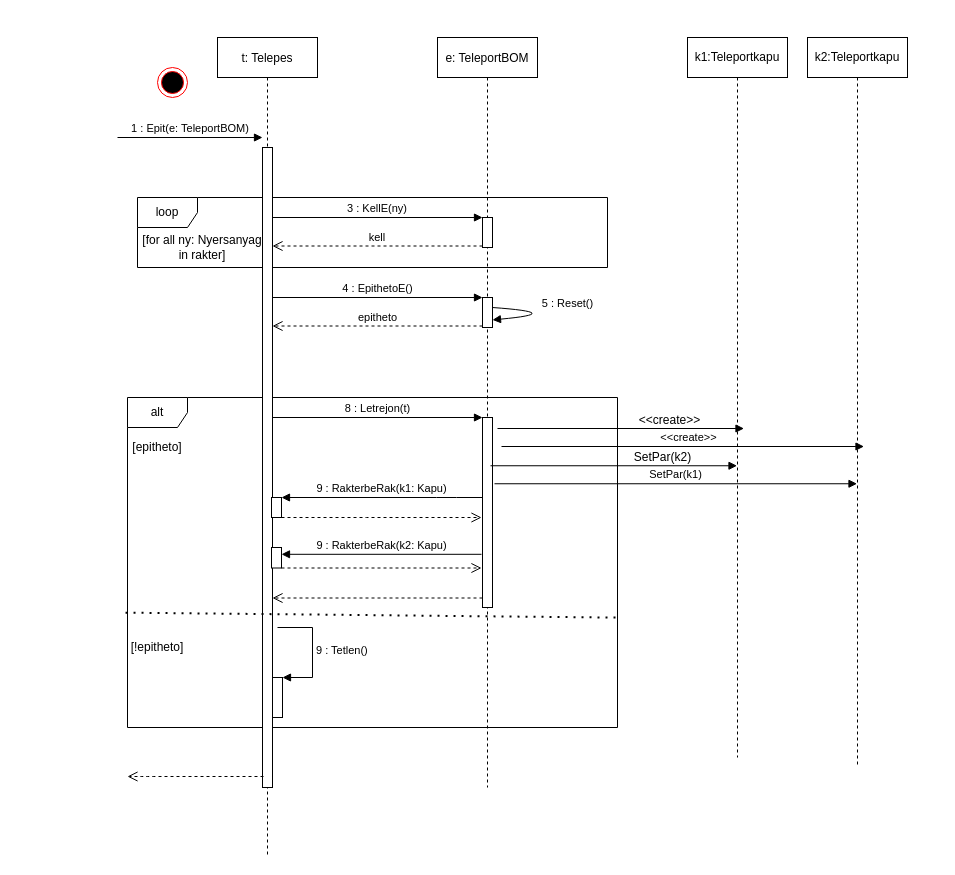
This is page "Page-2" (1 of 2) of doc/uml/szekvencia_teleportEpit.drawio from torpeBoiGo/aszteroidabanyaszat, a draw.io file, before an edit. Source tidied: cells renumbered, new cells numbered last; positions are measured from the earlier drawing's top-left corner, leaving out a move shared by most shapes. Both pictures are drawn from the tidied source at 100%, with x=0, y=0 at pixel (117, 37).
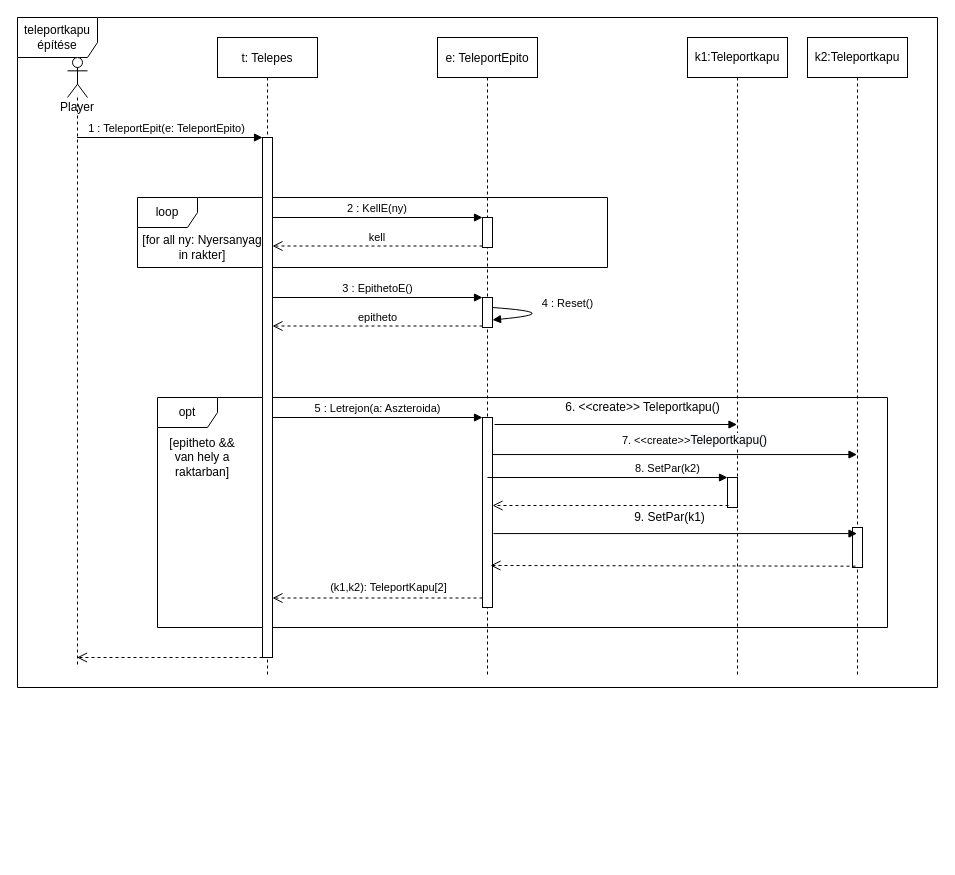
The same page after the edit.

The change refers to these unchanged cells:
```xml
<mxCell id="13" style="html=1;points=[];perimeter=orthogonalPerimeter;" parent="12" vertex="1">
  <mxGeometry x="45" y="260" width="10" height="30" as="geometry" />
</mxCell>
<mxCell id="14" style="points=[];perimeter=orthogonalPerimeter;rounded=0;shadow=0;strokeWidth=1;" parent="12" vertex="1">
  <mxGeometry x="45" y="180" width="10" height="30" as="geometry" />
</mxCell>
<mxCell id="15" style="html=1;points=[];perimeter=orthogonalPerimeter;" parent="12" vertex="1">
  <mxGeometry x="45" y="380" width="10" height="190" as="geometry" />
</mxCell>
<mxCell id="26" style="html=1;verticalAlign=bottom;endArrow=open;dashed=1;endSize=8;exitX=0;exitY=0.95;" parent="1" edge="1" source="15" target="6">
  <mxGeometry relative="1" as="geometry" />
</mxCell>
```

What changed in the source:
```diff
@@
+    <mxCell id="40" value="teleportkapu építése" style="shape=umlFrame;whiteSpace=wrap;html=1;width=80;height=40;" parent="1" vertex="1">
+      <mxGeometry x="-100" y="-20" width="920" height="670" as="geometry" />
+    </mxCell>
-    <mxCell id="2" value="alt" style="shape=umlFrame;whiteSpace=wrap;html=1;" parent="1" vertex="1">
-      <mxGeometry x="10" y="360" width="490" height="330" as="geometry" />
+    <mxCell id="2" value="opt" style="shape=umlFrame;whiteSpace=wrap;html=1;" parent="1" vertex="1">
+      <mxGeometry x="40" y="360" width="730" height="230" as="geometry" />
     </mxCell>
-    <mxCell id="3" value="4 : EpithetoE()" style="html=1;verticalAlign=bottom;endArrow=block;entryX=0;entryY=0;" parent="1" edge="1" source="6" target="13">
+    <mxCell id="3" value="3 : EpithetoE()" style="html=1;verticalAlign=bottom;endArrow=block;entryX=0;entryY=0;" parent="1" edge="1" source="6" target="13">
       <mxGeometry relative="1" as="geometry" />
     </mxCell>
@@
     <mxCell id="5" value="t: Telepes" style="shape=umlLifeline;perimeter=lifelinePerimeter;rounded=0;shadow=0;strokeWidth=1;" parent="1" vertex="1">
-      <mxGeometry x="100" width="100" height="820" as="geometry" />
+      <mxGeometry x="100" width="100" height="640" as="geometry" />
     </mxCell>
     <mxCell id="6" style="html=1;points=[];perimeter=orthogonalPerimeter;" parent="5" vertex="1">
-      <mxGeometry x="45" y="110" width="10" height="640" as="geometry" />
+      <mxGeometry x="45" y="100" width="10" height="520" as="geometry" />
     </mxCell>
-    <mxCell id="7" style="html=1;points=[];perimeter=orthogonalPerimeter;" parent="5" vertex="1">
-      <mxGeometry x="55" y="640" width="10" height="40" as="geometry" />
-    </mxCell>
-    <mxCell id="8" value="9 : Tetlen()" style="edgeStyle=orthogonalEdgeStyle;html=1;align=left;spacingLeft=2;endArrow=block;rounded=0;entryX=1;entryY=0;" parent="5" edge="1" target="7">
-      <mxGeometry relative="1" as="geometry">
-        <mxPoint x="60" y="590" as="sourcePoint" />
-        <Array as="points">
-          <mxPoint x="95" y="590" />
-          <mxPoint x="95" y="640" />
-        </Array>
-      </mxGeometry>
-    </mxCell>
-    <mxCell id="9" style="html=1;points=[];perimeter=orthogonalPerimeter;" parent="5" vertex="1">
-      <mxGeometry x="54" y="510" width="10" height="20.5" as="geometry" />
-    </mxCell>
-    <mxCell id="10" style="html=1;points=[];perimeter=orthogonalPerimeter;" parent="5" vertex="1">
-      <mxGeometry x="54" y="460" width="10" height="20" as="geometry" />
-    </mxCell>
-    <mxCell id="11" style="html=1;verticalAlign=bottom;endArrow=open;dashed=1;endSize=8;" parent="5" edge="1" source="10">
-      <mxGeometry relative="1" as="geometry">
-        <mxPoint x="264" y="480" as="targetPoint" />
-        <Array as="points">
-          <mxPoint x="139" y="480" />
-        </Array>
-      </mxGeometry>
-    </mxCell>
-    <mxCell id="12" value="e: TeleportBOM" style="shape=umlLifeline;perimeter=lifelinePerimeter;rounded=0;shadow=0;strokeWidth=1;" parent="1" vertex="1">
-      <mxGeometry x="320" width="100" height="750" as="geometry" />
+    <mxCell id="12" value="e: TeleportEpito" style="shape=umlLifeline;perimeter=lifelinePerimeter;rounded=0;shadow=0;strokeWidth=1;" parent="1" vertex="1">
+      <mxGeometry x="320" width="100" height="640" as="geometry" />
     </mxCell>
@@
-    <mxCell id="17" value="3 : KellE(ny)" style="verticalAlign=bottom;endArrow=block;entryX=0;entryY=0;shadow=0;strokeWidth=1;" parent="1" edge="1" source="6" target="14">
+    <mxCell id="17" value="2 : KellE(ny)" style="verticalAlign=bottom;endArrow=block;entryX=0;entryY=0;shadow=0;strokeWidth=1;" parent="1" edge="1" source="6" target="14">
       <mxGeometry relative="1" as="geometry" />
     </mxCell>
@@
-    <mxCell id="19" value="[epitheto]" style="text;html=1;strokeColor=none;fillColor=none;align=center;verticalAlign=middle;whiteSpace=wrap;rounded=0;" parent="1" vertex="1">
-      <mxGeometry x="20" y="400" width="40" height="20" as="geometry" />
+    <mxCell id="19" value="[epitheto &amp;amp;&amp;amp; van hely a raktarban]" style="text;html=1;strokeColor=none;fillColor=none;align=center;verticalAlign=middle;whiteSpace=wrap;rounded=0;" parent="1" vertex="1">
+      <mxGeometry x="50" y="410" width="70" height="20" as="geometry" />
     </mxCell>
@@
-    <mxCell id="21" value="1 : Epit(e: TeleportBOM)" style="verticalAlign=bottom;startArrow=none;endArrow=block;startSize=8;shadow=0;strokeWidth=1;startFill=0;" parent="1" edge="1">
-      <mxGeometry relative="1" as="geometry">
-        <mxPoint y="100" as="sourcePoint" />
+    <mxCell id="21" value="1 : TeleportEpit(e: TeleportEpito)" style="verticalAlign=bottom;startArrow=none;endArrow=block;startSize=8;shadow=0;strokeWidth=1;startFill=0;" parent="1" edge="1" source="44">
+      <mxGeometry x="-0.03" relative="1" as="geometry">
         <mxPoint x="145" y="100" as="targetPoint" />
       </mxGeometry>
     </mxCell>
-    <mxCell id="22" style="html=1;verticalAlign=bottom;endArrow=open;dashed=1;endSize=8;" parent="1" edge="1">
+    <mxCell id="22" style="html=1;verticalAlign=bottom;endArrow=open;dashed=1;endSize=8;" parent="1" edge="1" source="6" target="44">
       <mxGeometry relative="1" as="geometry">
-        <mxPoint x="146" y="739" as="sourcePoint" />
-        <mxPoint x="10" y="739" as="targetPoint" />
         <Array as="points">
-          <mxPoint x="90" y="739" />
-          <mxPoint x="60" y="739" />
-          <mxPoint x="30" y="739" />
+          <mxPoint x="100" y="620" />
+          <mxPoint x="70" y="620" />
+          <mxPoint x="40" y="620" />
         </Array>
       </mxGeometry>
     </mxCell>
-    <mxCell id="23" style="endArrow=none;dashed=1;html=1;dashPattern=1 3;strokeWidth=2;entryX=0.998;entryY=0.667;entryDx=0;entryDy=0;entryPerimeter=0;exitX=-0.004;exitY=0.652;exitDx=0;exitDy=0;exitPerimeter=0;" parent="1" edge="1" source="2" target="2">
-      <mxGeometry relative="1" as="geometry" />
-    </mxCell>
-    <mxCell id="24" value="[!epitheto]" style="text;html=1;strokeColor=none;fillColor=none;align=center;verticalAlign=middle;whiteSpace=wrap;rounded=0;" parent="1" vertex="1">
-      <mxGeometry x="20" y="600" width="40" height="20" as="geometry" />
-    </mxCell>
-    <mxCell id="25" value="8 : Letrejon(t)" style="html=1;verticalAlign=bottom;endArrow=block;entryX=0;entryY=0;" parent="1" edge="1" source="6" target="15">
+    <mxCell id="25" value="5 : Letrejon(a: Aszteroida)" style="html=1;verticalAlign=bottom;endArrow=block;entryX=0;entryY=0;" parent="1" edge="1" source="6" target="15">
       <mxGeometry relative="1" as="geometry" />
     </mxCell>
@@
-    <mxCell id="27" value="9 : RakterbeRak(k2: Kapu)" style="html=1;verticalAlign=bottom;endArrow=block;exitX=0.45;exitY=0.649;exitDx=0;exitDy=0;exitPerimeter=0;" parent="1" edge="1" target="9">
-      <mxGeometry relative="1" as="geometry">
-        <mxPoint x="364" y="516.8" as="sourcePoint" />
-      </mxGeometry>
-    </mxCell>
-    <mxCell id="28" style="html=1;verticalAlign=bottom;endArrow=open;dashed=1;endSize=8;" parent="1" edge="1" source="9">
-      <mxGeometry relative="1" as="geometry">
-        <mxPoint x="364" y="530.5" as="targetPoint" />
-        <Array as="points">
-          <mxPoint x="239" y="530.5" />
-        </Array>
-      </mxGeometry>
-    </mxCell>
+    <mxCell id="41" value="(k1,k2): TeleportKapu[2]" style="edgeLabel;html=1;align=center;verticalAlign=middle;" parent="26" vertex="1">
+      <mxGeometry x="-0.2" y="-3" relative="1" as="geometry">
+        <mxPoint x="-11" y="-7.5" as="offset" />
+      </mxGeometry>
+    </mxCell>
     <mxCell id="29" value="k1:Teleportkapu" style="shape=umlLifeline;perimeter=lifelinePerimeter;whiteSpace=wrap;html=1;outlineConnect=0;" parent="1" vertex="1">
-      <mxGeometry x="570" width="100" height="720" as="geometry" />
+      <mxGeometry x="570" width="100" height="640" as="geometry" />
     </mxCell>
+    <mxCell id="42" style="html=1;points=[];perimeter=orthogonalPerimeter;" parent="29" vertex="1">
+      <mxGeometry x="40" y="440" width="10" height="30" as="geometry" />
+    </mxCell>
     <mxCell id="30" value="k2:Teleportkapu" style="shape=umlLifeline;perimeter=lifelinePerimeter;whiteSpace=wrap;html=1;outlineConnect=0;" parent="1" vertex="1">
-      <mxGeometry x="690" width="100" height="730" as="geometry" />
+      <mxGeometry x="690" width="100" height="640" as="geometry" />
     </mxCell>
-    <mxCell id="31" value="9 : RakterbeRak(k1: Kapu)" style="html=1;verticalAlign=bottom;endArrow=block;exitX=0.1;exitY=0.263;exitDx=0;exitDy=0;exitPerimeter=0;" parent="1" edge="1" target="10">
-      <mxGeometry relative="1" as="geometry">
-        <mxPoint x="365" y="460" as="sourcePoint" />
-        <Array as="points">
-          <mxPoint x="329" y="460" />
-        </Array>
-      </mxGeometry>
-    </mxCell>
+    <mxCell id="43" style="html=1;points=[];perimeter=orthogonalPerimeter;" parent="30" vertex="1">
+      <mxGeometry x="45" y="490" width="10" height="40" as="geometry" />
+    </mxCell>
-    <mxCell id="32" style="html=1;verticalAlign=bottom;endArrow=block;exitX=0.53;exitY=0.571;exitDx=0;exitDy=0;exitPerimeter=0;" parent="1" edge="1" source="12" target="29">
-      <mxGeometry x="0.08" y="10" relative="1" as="geometry" />
+    <mxCell id="32" style="html=1;verticalAlign=bottom;endArrow=block;" parent="1" edge="1">
+      <mxGeometry x="0.08" y="10" relative="1" as="geometry">
+        <mxPoint x="370" y="440" as="sourcePoint" />
+        <mxPoint x="610" y="440" as="targetPoint" />
+      </mxGeometry>
     </mxCell>
-    <mxCell id="33" value="SetPar(k1)" style="html=1;verticalAlign=bottom;endArrow=block;exitX=0.57;exitY=0.595;exitDx=0;exitDy=0;exitPerimeter=0;" parent="1" edge="1" source="12" target="30">
-      <mxGeometry relative="1" as="geometry" />
+    <mxCell id="33" value="8. SetPar(k2)" style="html=1;verticalAlign=bottom;endArrow=block;exitX=1.1;exitY=0.611;exitDx=0;exitDy=0;exitPerimeter=0;" parent="1" edge="1" source="15" target="30">
+      <mxGeometry x="-0.04" y="56" relative="1" as="geometry" />
     </mxCell>
-    <mxCell id="34" value="SetPar(k2)" style="text;html=1;align=center;verticalAlign=middle;" parent="1" vertex="1">
-      <mxGeometry x="510" y="410" width="70" height="20" as="geometry" />
+    <mxCell id="34" value="9. SetPar(k1)" style="text;html=1;align=center;verticalAlign=middle;" parent="1" vertex="1">
+      <mxGeometry x="507" y="470" width="90" height="20" as="geometry" />
     </mxCell>
-    <mxCell id="35" value="5 : Reset()" style="html=1;verticalAlign=bottom;endArrow=block;exitX=0.55;exitY=0.289;exitDx=0;exitDy=0;exitPerimeter=0;entryX=1;entryY=0.733;entryDx=0;entryDy=0;entryPerimeter=0;curved=1;" parent="1" edge="1">
+    <mxCell id="35" value="4 : Reset()" style="html=1;verticalAlign=bottom;endArrow=block;exitX=0.55;exitY=0.289;exitDx=0;exitDy=0;exitPerimeter=0;entryX=1;entryY=0.733;entryDx=0;entryDy=0;entryPerimeter=0;curved=1;" parent="1" edge="1">
       <mxGeometry relative="1" as="geometry">
         <mxPoint x="375" y="270" as="sourcePoint" />
         <mxPoint x="375" y="282.4" as="targetPoint" />
         <Array as="points">
           <mxPoint x="450" y="275.4" />
         </Array>
       </mxGeometry>
     </mxCell>
-    <mxCell id="36" style="html=1;verticalAlign=bottom;endArrow=block;exitX=0.53;exitY=0.571;exitDx=0;exitDy=0;exitPerimeter=0;" parent="1" edge="1">
-      <mxGeometry x="0.08" y="10" relative="1" as="geometry">
-        <mxPoint x="380" y="391" as="sourcePoint" />
-        <mxPoint x="626.5" y="391" as="targetPoint" />
-      </mxGeometry>
+    <mxCell id="36" style="html=1;verticalAlign=bottom;endArrow=block;exitX=1.2;exitY=0.037;exitDx=0;exitDy=0;exitPerimeter=0;" parent="1" edge="1" source="15" target="29">
+      <mxGeometry x="0.08" y="10" relative="1" as="geometry" />
     </mxCell>
-    <mxCell id="37" value="&amp;lt;&amp;lt;create&amp;gt;&amp;gt;" style="html=1;verticalAlign=bottom;endArrow=block;exitX=0.57;exitY=0.595;exitDx=0;exitDy=0;exitPerimeter=0;" parent="1" edge="1">
-      <mxGeometry x="0.03" relative="1" as="geometry">
-        <mxPoint x="384" y="409" as="sourcePoint" />
-        <mxPoint x="746.5" y="409" as="targetPoint" />
-      </mxGeometry>
+    <mxCell id="37" value="7. &amp;lt;&amp;lt;create&amp;gt;&amp;gt;&lt;span style=&quot;font-size: 12px ; background-color: rgb(248 , 249 , 250)&quot;&gt;Teleportkapu()&lt;/span&gt;" style="html=1;verticalAlign=bottom;endArrow=block;exitX=1;exitY=0.195;exitDx=0;exitDy=0;exitPerimeter=0;" parent="1" edge="1" source="15" target="30">
+      <mxGeometry x="0.11" y="5" relative="1" as="geometry" />
     </mxCell>
-    <mxCell id="38" value="&amp;lt;&amp;lt;create&amp;gt;&amp;gt;" style="text;html=1;align=center;verticalAlign=middle;" parent="1" vertex="1">
-      <mxGeometry x="512" y="372.8" width="80" height="20" as="geometry" />
-    </mxCell>
-    <mxCell id="39" style="ellipse;html=1;shape=endState;fillColor=#000000;strokeColor=#ff0000;" parent="1" vertex="1">
-      <mxGeometry x="40" y="30" width="30" height="30" as="geometry" />
-    </mxCell>
+    <mxCell id="44" value="Player" style="shape=umlLifeline;participant=umlActor;perimeter=lifelinePerimeter;whiteSpace=wrap;html=1;verticalAlign=top;spacingTop=36;outlineConnect=0;" parent="1" vertex="1">
+      <mxGeometry x="-50" y="20" width="20" height="610" as="geometry" />
+    </mxCell>
+    <mxCell id="45" style="html=1;verticalAlign=bottom;endArrow=open;dashed=1;endSize=8;exitX=0.1;exitY=0.933;exitDx=0;exitDy=0;exitPerimeter=0;" parent="1" edge="1" source="42" target="15">
+      <mxGeometry relative="1" as="geometry" />
+    </mxCell>
+    <mxCell id="46" style="html=1;verticalAlign=bottom;endArrow=open;dashed=1;endSize=8;entryX=0.53;entryY=0.825;entryDx=0;entryDy=0;entryPerimeter=0;exitX=0.3;exitY=0.967;exitDx=0;exitDy=0;exitPerimeter=0;" parent="1" edge="1" source="43" target="12">
+      <mxGeometry relative="1" as="geometry" />
+    </mxCell>
+    <mxCell id="47" value="6. &amp;lt;&amp;lt;create&amp;gt;&amp;gt; Teleportkapu()" style="text;html=1;align=center;verticalAlign=middle;" parent="1" vertex="1">
+      <mxGeometry x="440" y="360" width="170" height="20" as="geometry" />
+    </mxCell>
```
